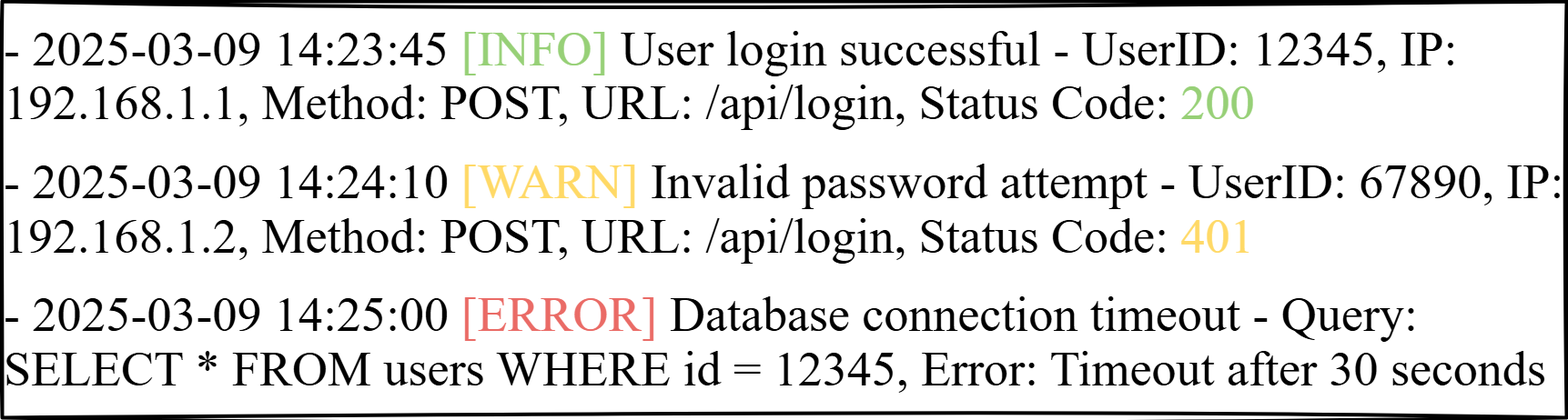
Before: Figures/Fig1.drawio.png, a diagram exported from draw.io (J-York/GraduationThesis). Source tidied: cells renumbered, new cells last; positions are measured from the earlier drawing's top-left corner, leaving out a move shared by most shapes. Source of this version:
```xml
<mxGraphModel>
  <root>
    <mxCell id="0" />
    <mxCell id="1" parent="0" />
    <mxCell id="2" value="&lt;div style=&quot;line-height: 110%;&quot;&gt;&lt;font face=&quot;Times New Roman&quot; style=&quot;font-size: 54px; line-height: 110%;&quot;&gt;- 2025-03-09 14:23:45 &lt;font style=&quot;color: rgb(151, 208, 119);&quot;&gt;[INFO]&lt;/font&gt; User login successful - UserID: 12345, IP: 192.168.1.1, Method: POST, URL: /api/login, Status Code: &lt;font style=&quot;color: rgb(151, 208, 119);&quot;&gt;200&lt;/font&gt;&lt;/font&gt;&lt;div&gt;&lt;font face=&quot;Times New Roman&quot; style=&quot;font-size: 54px;&quot;&gt;&lt;br&gt;&lt;/font&gt;&lt;div&gt;&lt;font face=&quot;Times New Roman&quot; style=&quot;font-size: 54px; line-height: 110%;&quot;&gt;- 2025-03-09 14:24:10 &lt;font style=&quot;color: rgb(255, 217, 102);&quot;&gt;[WARN]&lt;/font&gt; Invalid password attempt - UserID: 67890, IP: 192.168.1.2, Method: POST, URL: /api/login, Status Code: &lt;font style=&quot;color: rgb(255, 217, 102);&quot;&gt;401&lt;/font&gt;&lt;/font&gt;&lt;/div&gt;&lt;div&gt;&lt;font face=&quot;Times New Roman&quot; style=&quot;font-size: 54px;&quot;&gt;&lt;br&gt;&lt;/font&gt;&lt;/div&gt;&lt;div&gt;&lt;font face=&quot;Times New Roman&quot; style=&quot;font-size: 54px; line-height: 110%;&quot;&gt;- 2025-03-09 14:25:00 &lt;font style=&quot;color: rgb(234, 107, 102);&quot;&gt;[ERROR]&lt;/font&gt; Database connection timeout - Query: SELECT * FROM users WHERE id = 12345, Error: Timeout after 30 seconds&lt;/font&gt;&lt;/div&gt;&lt;/div&gt;&lt;/div&gt;" style="rounded=0;whiteSpace=wrap;html=1;strokeWidth=4;align=left;sketch=1;curveFitting=1;jiggle=2;" parent="1" vertex="1">
      <mxGeometry width="1719" height="458" as="geometry" />
    </mxCell>
  </root>
</mxGraphModel>
```
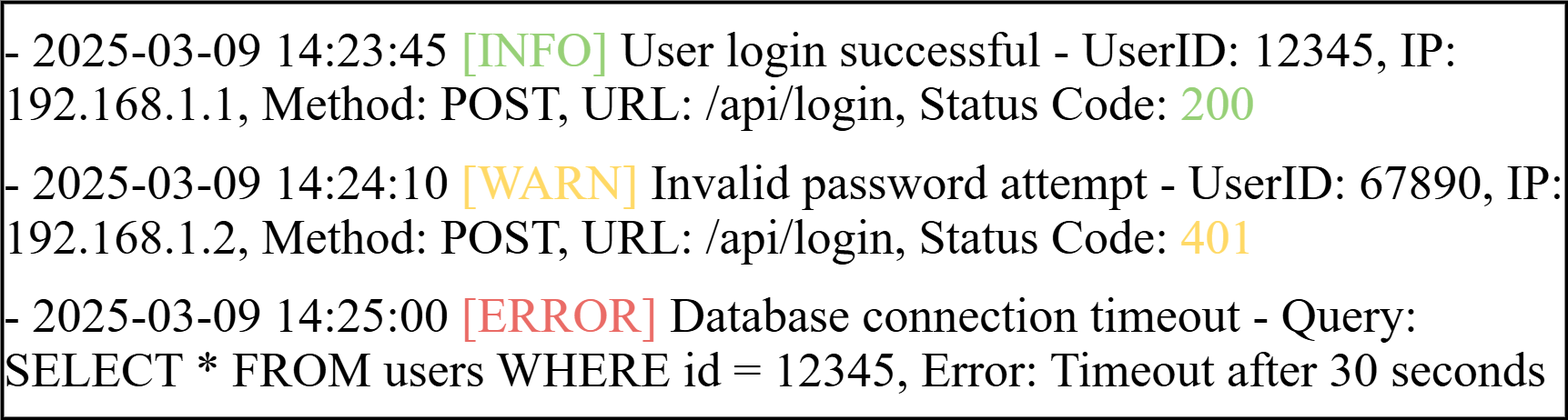
After the change.

Diff of the diagram source:
```diff
@@ -2,7 +2,7 @@
   <root>
     <mxCell id="0" />
     <mxCell id="1" parent="0" />
-    <mxCell id="2" value="&lt;div style=&quot;line-height: 110%;&quot;&gt;&lt;font face=&quot;Times New Roman&quot; style=&quot;font-size: 54px; line-height: 110%;&quot;&gt;- 2025-03-09 14:23:45 &lt;font style=&quot;color: rgb(151, 208, 119);&quot;&gt;[INFO]&lt;/font&gt; User login successful - UserID: 12345, IP: 192.168.1.1, Method: POST, URL: /api/login, Status Code: &lt;font style=&quot;color: rgb(151, 208, 119);&quot;&gt;200&lt;/font&gt;&lt;/font&gt;&lt;div&gt;&lt;font face=&quot;Times New Roman&quot; style=&quot;font-size: 54px;&quot;&gt;&lt;br&gt;&lt;/font&gt;&lt;div&gt;&lt;font face=&quot;Times New Roman&quot; style=&quot;font-size: 54px; line-height: 110%;&quot;&gt;- 2025-03-09 14:24:10 &lt;font style=&quot;color: rgb(255, 217, 102);&quot;&gt;[WARN]&lt;/font&gt; Invalid password attempt - UserID: 67890, IP: 192.168.1.2, Method: POST, URL: /api/login, Status Code: &lt;font style=&quot;color: rgb(255, 217, 102);&quot;&gt;401&lt;/font&gt;&lt;/font&gt;&lt;/div&gt;&lt;div&gt;&lt;font face=&quot;Times New Roman&quot; style=&quot;font-size: 54px;&quot;&gt;&lt;br&gt;&lt;/font&gt;&lt;/div&gt;&lt;div&gt;&lt;font face=&quot;Times New Roman&quot; style=&quot;font-size: 54px; line-height: 110%;&quot;&gt;- 2025-03-09 14:25:00 &lt;font style=&quot;color: rgb(234, 107, 102);&quot;&gt;[ERROR]&lt;/font&gt; Database connection timeout - Query: SELECT * FROM users WHERE id = 12345, Error: Timeout after 30 seconds&lt;/font&gt;&lt;/div&gt;&lt;/div&gt;&lt;/div&gt;" style="rounded=0;whiteSpace=wrap;html=1;strokeWidth=4;align=left;sketch=1;curveFitting=1;jiggle=2;" parent="1" vertex="1">
+    <mxCell id="2" value="&lt;div style=&quot;line-height: 110%;&quot;&gt;&lt;font face=&quot;Times New Roman&quot; style=&quot;font-size: 54px; line-height: 110%;&quot;&gt;- 2025-03-09 14:23:45 &lt;font style=&quot;color: rgb(151, 208, 119);&quot;&gt;[INFO]&lt;/font&gt; User login successful - UserID: 12345, IP: 192.168.1.1, Method: POST, URL: /api/login, Status Code: &lt;font style=&quot;color: rgb(151, 208, 119);&quot;&gt;200&lt;/font&gt;&lt;/font&gt;&lt;div&gt;&lt;font face=&quot;Times New Roman&quot; style=&quot;font-size: 54px;&quot;&gt;&lt;br&gt;&lt;/font&gt;&lt;div&gt;&lt;font face=&quot;Times New Roman&quot; style=&quot;font-size: 54px; line-height: 110%;&quot;&gt;- 2025-03-09 14:24:10 &lt;font style=&quot;color: rgb(255, 217, 102);&quot;&gt;[WARN]&lt;/font&gt; Invalid password attempt - UserID: 67890, IP: 192.168.1.2, Method: POST, URL: /api/login, Status Code: &lt;font style=&quot;color: rgb(255, 217, 102);&quot;&gt;401&lt;/font&gt;&lt;/font&gt;&lt;/div&gt;&lt;div&gt;&lt;font face=&quot;Times New Roman&quot; style=&quot;font-size: 54px;&quot;&gt;&lt;br&gt;&lt;/font&gt;&lt;/div&gt;&lt;div&gt;&lt;font face=&quot;Times New Roman&quot; style=&quot;font-size: 54px; line-height: 110%;&quot;&gt;- 2025-03-09 14:25:00 &lt;font style=&quot;color: rgb(234, 107, 102);&quot;&gt;[ERROR]&lt;/font&gt; Database connection timeout - Query: SELECT * FROM users WHERE id = 12345, Error: Timeout after 30 seconds&lt;/font&gt;&lt;/div&gt;&lt;/div&gt;&lt;/div&gt;" style="rounded=0;whiteSpace=wrap;html=1;strokeWidth=4;align=left;" parent="1" vertex="1">
       <mxGeometry width="1719" height="458" as="geometry" />
     </mxCell>
   </root>
```
